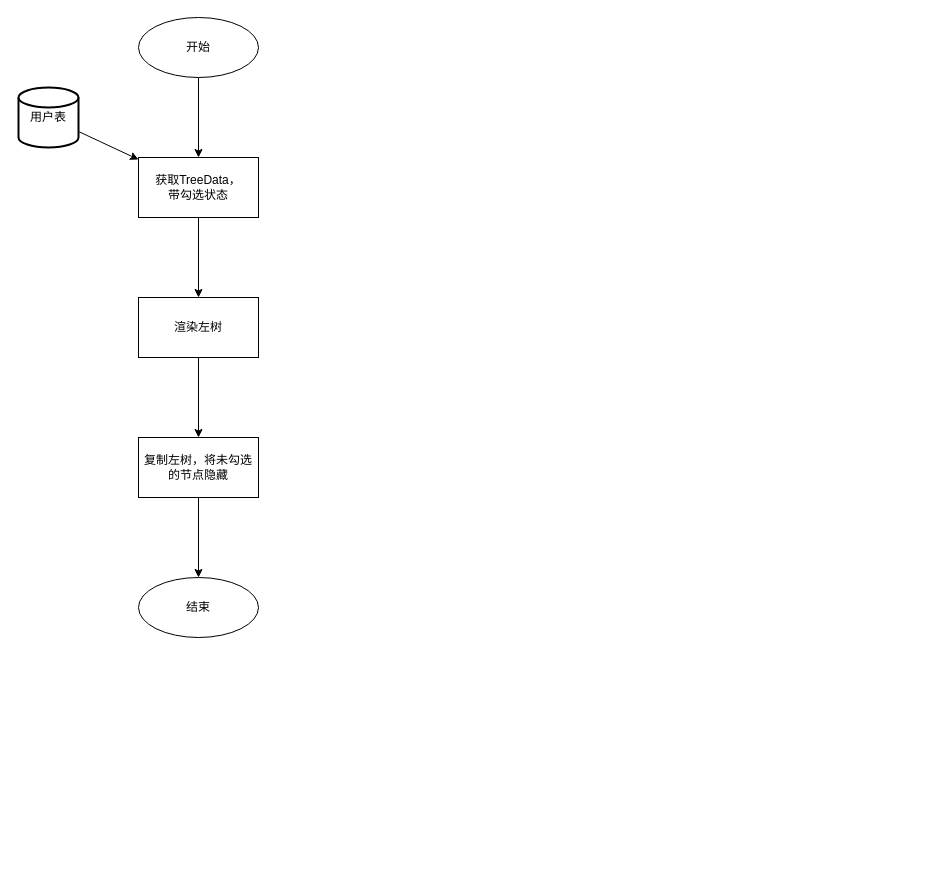
Above: page "流程图" (1 of 3) of 树穿梭框组件设计.drawio in zhuoooo/doodles (draw.io), before the change. Source tidied: cells renumbered, new cells numbered last; positions are measured from the earlier drawing's top-left corner, leaving out a move shared by most shapes. Both pictures are drawn from the tidied source at 100%, with x=0, y=0 at pixel (18, 17).
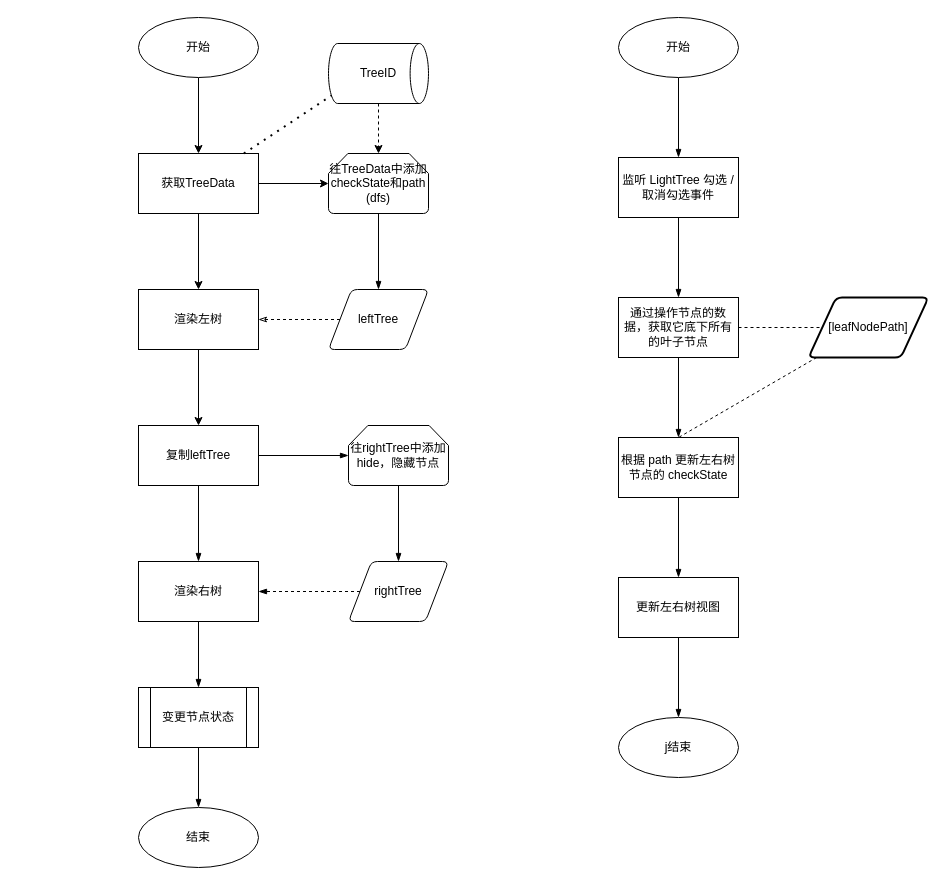
The same page after the edit.

Change to the diagram source:
```diff
@@
-    <mxCell id="3" value="开始" style="ellipse;whiteSpace=wrap;html=1;" parent="1" vertex="1">
+    <mxCell id="3" value="开始" style="ellipse;whiteSpace=wrap;html=1;align=center;newEdgeStyle={&quot;edgeStyle&quot;:&quot;entityRelationEdgeStyle&quot;,&quot;startArrow&quot;:&quot;none&quot;,&quot;endArrow&quot;:&quot;none&quot;,&quot;segment&quot;:10,&quot;curved&quot;:1};fontFamily=Helvetica;fontSize=12;fontColor=rgb(0, 0, 0);strokeColor=rgb(0, 0, 0);fillColor=rgb(255, 255, 255);" parent="1" vertex="1">
       <mxGeometry x="120" width="120" height="60" as="geometry" />
     </mxCell>
@@
+    <mxCell id="13" style="edgeStyle=orthogonalEdgeStyle;rounded=0;jettySize=auto;html=1;" parent="1" edge="1" source="5" target="19">
+      <mxGeometry relative="1" as="geometry" />
+    </mxCell>
-    <mxCell id="5" value="获取TreeData，&lt;br&gt;带勾选状态" style="whiteSpace=wrap;html=1;" parent="1" vertex="1">
-      <mxGeometry x="120" y="140" width="120" height="60" as="geometry" />
+    <mxCell id="5" value="获取TreeData" style="whiteSpace=wrap;html=1;" parent="1" vertex="1">
+      <mxGeometry x="120" y="136" width="120" height="60" as="geometry" />
     </mxCell>
-    <mxCell id="6" value="用户表" style="strokeWidth=2;html=1;shape=mxgraph.flowchart.database;whiteSpace=wrap;" parent="1" vertex="1">
-      <mxGeometry y="70" width="60" height="60" as="geometry" />
-    </mxCell>
-    <mxCell id="7" style="curved=1;endArrow=classic;html=1;rounded=0;" parent="1" edge="1" source="6" target="5">
-      <mxGeometry relative="1" as="geometry" />
-    </mxCell>
@@
     <mxCell id="9" value="渲染左树" style="whiteSpace=wrap;html=1;" parent="1" vertex="1">
-      <mxGeometry x="120" y="280" width="120" height="60" as="geometry" />
+      <mxGeometry x="120" y="272" width="120" height="60" as="geometry" />
     </mxCell>
-    <mxCell id="10" style="edgeStyle=orthogonalEdgeStyle;rounded=0;jettySize=auto;html=1;" parent="1" edge="1" source="11" target="12">
-      <mxGeometry relative="1" as="geometry" />
-    </mxCell>
+    <mxCell id="14" style="edgeStyle=orthogonalEdgeStyle;rounded=0;jettySize=auto;html=1;endArrow=blockThin;endFill=1;" parent="1" edge="1" source="11" target="20">
+      <mxGeometry relative="1" as="geometry" />
+    </mxCell>
+    <mxCell id="15" style="edgeStyle=orthogonalEdgeStyle;rounded=0;jettySize=auto;html=1;endArrow=blockThin;endFill=1;" parent="1" edge="1" source="11" target="24">
+      <mxGeometry relative="1" as="geometry" />
+    </mxCell>
-    <mxCell id="11" value="复制左树，将未勾选的节点隐藏" style="whiteSpace=wrap;html=1;" parent="1" vertex="1">
-      <mxGeometry x="120" y="420" width="120" height="60" as="geometry" />
+    <mxCell id="11" value="复制leftTree" style="whiteSpace=wrap;html=1;" parent="1" vertex="1">
+      <mxGeometry x="120" y="408" width="120" height="60" as="geometry" />
     </mxCell>
     <mxCell id="12" value="结束" style="ellipse;whiteSpace=wrap;html=1;" parent="1" vertex="1">
-      <mxGeometry x="120" y="560" width="120" height="60" as="geometry" />
+      <mxGeometry x="120" y="790" width="120" height="60" as="geometry" />
     </mxCell>
+    <mxCell id="16" style="edgeStyle=orthogonalEdgeStyle;rounded=0;jettySize=auto;html=1;dashed=1;strokeWidth=1;" parent="1" edge="1" source="17" target="19">
+      <mxGeometry relative="1" as="geometry" />
+    </mxCell>
+    <mxCell id="17" value="TreeID" style="strokeWidth=1;html=1;shape=mxgraph.flowchart.direct_data;whiteSpace=wrap;" parent="1" vertex="1">
+      <mxGeometry x="310" y="26" width="100" height="60" as="geometry" />
+    </mxCell>
+    <mxCell id="18" style="edgeStyle=orthogonalEdgeStyle;rounded=0;jettySize=auto;html=1;endArrow=blockThin;endFill=1;strokeWidth=1;" parent="1" edge="1" source="19" target="22">
+      <mxGeometry relative="1" as="geometry" />
+    </mxCell>
+    <mxCell id="19" value="往TreeData中添加checkState和path (dfs)" style="strokeWidth=1;html=1;shape=mxgraph.flowchart.loop_limit;whiteSpace=wrap;" parent="1" vertex="1">
+      <mxGeometry x="310" y="136" width="100" height="60" as="geometry" />
+    </mxCell>
+    <mxCell id="20" value="渲染右树" style="rounded=0;whiteSpace=wrap;html=1;sketch=0;" parent="1" vertex="1">
+      <mxGeometry x="120" y="544" width="120" height="60" as="geometry" />
+    </mxCell>
+    <mxCell id="21" style="edgeStyle=orthogonalEdgeStyle;rounded=0;jettySize=auto;html=1;endArrow=classicThin;endFill=0;dashed=1;" parent="1" edge="1" source="22" target="9">
+      <mxGeometry relative="1" as="geometry" />
+    </mxCell>
+    <mxCell id="22" value="leftTree" style="shape=parallelogram;html=1;strokeWidth=1;perimeter=parallelogramPerimeter;whiteSpace=wrap;rounded=1;arcSize=12;size=0.23;sketch=0;" parent="1" vertex="1">
+      <mxGeometry x="310" y="272" width="100" height="60" as="geometry" />
+    </mxCell>
+    <mxCell id="23" style="edgeStyle=orthogonalEdgeStyle;rounded=0;jettySize=auto;html=1;endArrow=blockThin;endFill=1;strokeWidth=1;" parent="1" edge="1" source="24" target="26">
+      <mxGeometry relative="1" as="geometry" />
+    </mxCell>
+    <mxCell id="24" value="往rightTree中添加hide，隐藏节点" style="strokeWidth=1;html=1;shape=mxgraph.flowchart.loop_limit;whiteSpace=wrap;sketch=0;" parent="1" vertex="1">
+      <mxGeometry x="330" y="408" width="100" height="60" as="geometry" />
+    </mxCell>
+    <mxCell id="25" style="edgeStyle=orthogonalEdgeStyle;rounded=0;jettySize=auto;html=1;endArrow=blockThin;endFill=1;dashed=1;" parent="1" edge="1" source="26" target="20">
+      <mxGeometry relative="1" as="geometry" />
+    </mxCell>
+    <mxCell id="26" value="rightTree" style="shape=parallelogram;html=1;strokeWidth=1;perimeter=parallelogramPerimeter;whiteSpace=wrap;rounded=1;arcSize=12;size=0.23;sketch=0;" parent="1" vertex="1">
+      <mxGeometry x="330" y="544" width="100" height="60" as="geometry" />
+    </mxCell>
+    <mxCell id="27" style="edgeStyle=orthogonalEdgeStyle;rounded=0;jettySize=auto;html=1;endArrow=blockThin;endFill=1;strokeWidth=1;" parent="1" edge="1" source="28" target="31">
+      <mxGeometry relative="1" as="geometry" />
+    </mxCell>
+    <mxCell id="28" value="开始" style="ellipse;whiteSpace=wrap;html=1;sketch=0;strokeWidth=1;" parent="1" vertex="1">
+      <mxGeometry x="600" width="120" height="60" as="geometry" />
+    </mxCell>
+    <mxCell id="29" style="endArrow=none;dashed=1;html=1;dashPattern=1 3;strokeWidth=2;rounded=0;entryX=0.03;entryY=0.867;entryDx=0;entryDy=0;entryPerimeter=0;" parent="1" edge="1" source="5" target="17">
+      <mxGeometry relative="1" as="geometry" />
+    </mxCell>
+    <mxCell id="30" style="edgeStyle=orthogonalEdgeStyle;rounded=0;jettySize=auto;html=1;endArrow=blockThin;endFill=1;strokeWidth=1;" parent="1" edge="1" source="31" target="37">
+      <mxGeometry relative="1" as="geometry" />
+    </mxCell>
+    <mxCell id="31" value="监听 LightTree 勾选 / 取消勾选事件" style="whiteSpace=wrap;html=1;sketch=0;strokeWidth=1;" parent="1" vertex="1">
+      <mxGeometry x="600" y="140" width="120" height="60" as="geometry" />
+    </mxCell>
+    <mxCell id="32" style="edgeStyle=orthogonalEdgeStyle;rounded=0;jettySize=auto;html=1;startArrow=none;endArrow=blockThin;endFill=1;" parent="1" edge="1" source="20" target="34">
+      <mxGeometry relative="1" as="geometry" />
+    </mxCell>
+    <mxCell id="33" style="edgeStyle=orthogonalEdgeStyle;rounded=0;jettySize=auto;html=1;endArrow=blockThin;endFill=1;strokeWidth=1;" parent="1" edge="1" source="34" target="12">
+      <mxGeometry relative="1" as="geometry" />
+    </mxCell>
+    <mxCell id="34" value="变更节点状态" style="shape=process;whiteSpace=wrap;html=1;backgroundOutline=1;sketch=0;strokeWidth=1;" parent="1" vertex="1">
+      <mxGeometry x="120" y="670" width="120" height="60" as="geometry" />
+    </mxCell>
+    <mxCell id="35" style="edgeStyle=orthogonalEdgeStyle;rounded=0;jettySize=auto;html=1;endArrow=none;endFill=0;strokeWidth=1;dashed=1;" parent="1" edge="1" source="37" target="38">
+      <mxGeometry relative="1" as="geometry" />
+    </mxCell>
+    <mxCell id="36" style="edgeStyle=orthogonalEdgeStyle;rounded=0;jettySize=auto;html=1;endArrow=blockThin;endFill=1;strokeWidth=1;" parent="1" edge="1" source="37" target="40">
+      <mxGeometry relative="1" as="geometry" />
+    </mxCell>
+    <mxCell id="37" value="通过操作节点的数据，获取它底下所有的叶子节点" style="whiteSpace=wrap;html=1;sketch=0;strokeWidth=1;" parent="1" vertex="1">
+      <mxGeometry x="600" y="280" width="120" height="60" as="geometry" />
+    </mxCell>
+    <mxCell id="38" value="[leafNodePath]" style="shape=parallelogram;html=1;strokeWidth=2;perimeter=parallelogramPerimeter;whiteSpace=wrap;rounded=1;arcSize=12;size=0.23;sketch=0;" parent="1" vertex="1">
+      <mxGeometry x="790" y="280" width="120" height="60" as="geometry" />
+    </mxCell>
+    <mxCell id="39" style="edgeStyle=orthogonalEdgeStyle;rounded=0;jettySize=auto;html=1;endArrow=blockThin;endFill=1;strokeWidth=1;" parent="1" edge="1" source="40" target="42">
+      <mxGeometry relative="1" as="geometry" />
+    </mxCell>
+    <mxCell id="40" value="根据 path 更新左右树节点的 checkState" style="whiteSpace=wrap;html=1;sketch=0;strokeWidth=1;" parent="1" vertex="1">
+      <mxGeometry x="600" y="420" width="120" height="60" as="geometry" />
+    </mxCell>
+    <mxCell id="41" style="edgeStyle=orthogonalEdgeStyle;rounded=0;jettySize=auto;html=1;endArrow=blockThin;endFill=1;strokeWidth=1;" parent="1" edge="1" source="42" target="44">
+      <mxGeometry relative="1" as="geometry" />
+    </mxCell>
+    <mxCell id="42" value="更新左右树视图" style="whiteSpace=wrap;html=1;sketch=0;strokeWidth=1;" parent="1" vertex="1">
+      <mxGeometry x="600" y="560" width="120" height="60" as="geometry" />
+    </mxCell>
+    <mxCell id="43" style="endArrow=none;dashed=1;html=1;rounded=0;strokeWidth=1;entryX=0.5;entryY=0;entryDx=0;entryDy=0;" parent="1" edge="1" source="38" target="40">
+      <mxGeometry relative="1" as="geometry" />
+    </mxCell>
+    <mxCell id="44" value="j结束" style="ellipse;whiteSpace=wrap;html=1;sketch=0;strokeWidth=1;" parent="1" vertex="1">
+      <mxGeometry x="600" y="700" width="120" height="60" as="geometry" />
+    </mxCell>
```
